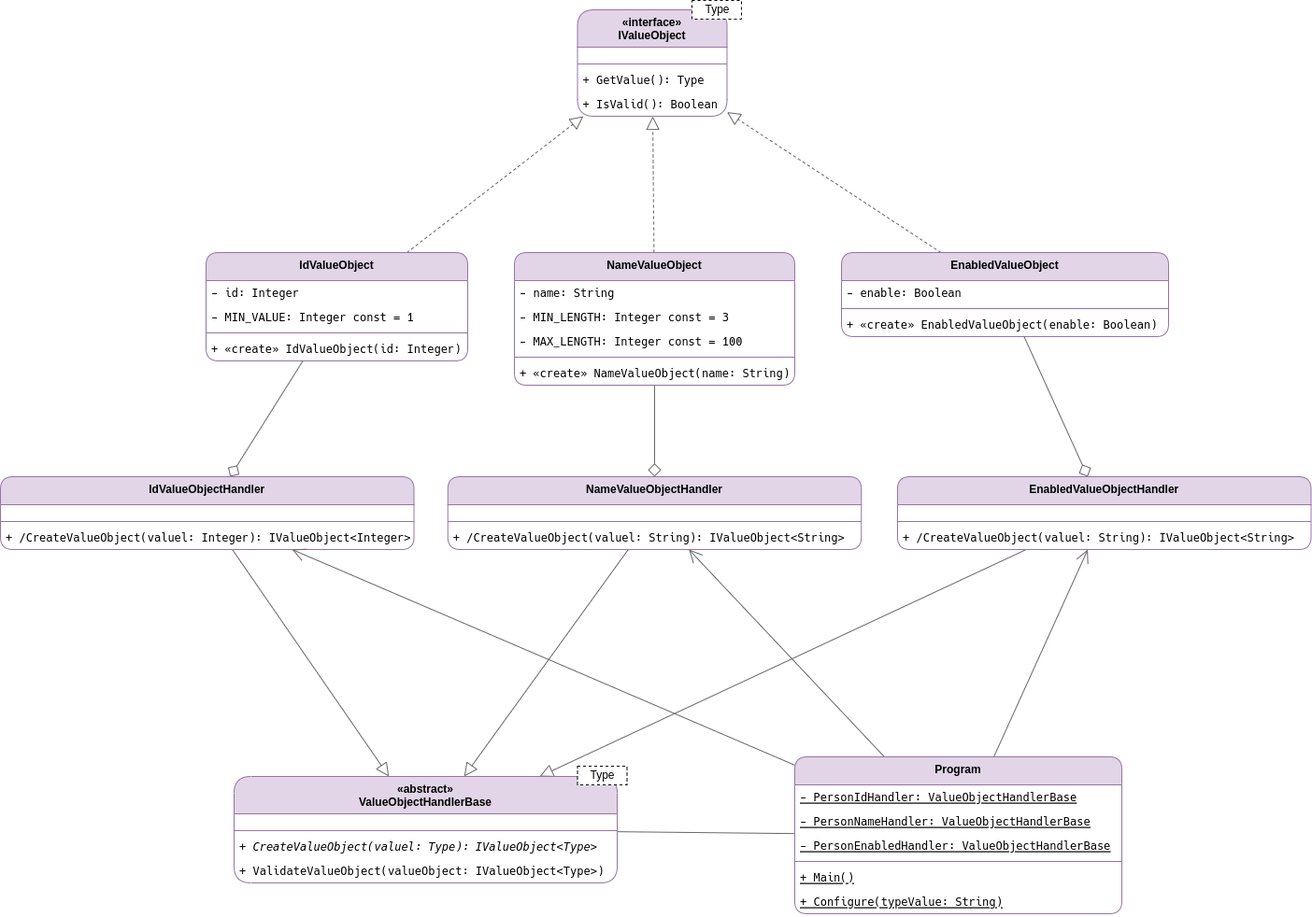
Above: img/ClassDiagram-Factory-Method.drawio.png in julianlasso-itm/creation-design-patterns (draw.io), before the change. Source tidied: cells renumbered, new cells last; positions are measured from the earlier drawing's top-left corner, leaving out a move shared by most shapes.
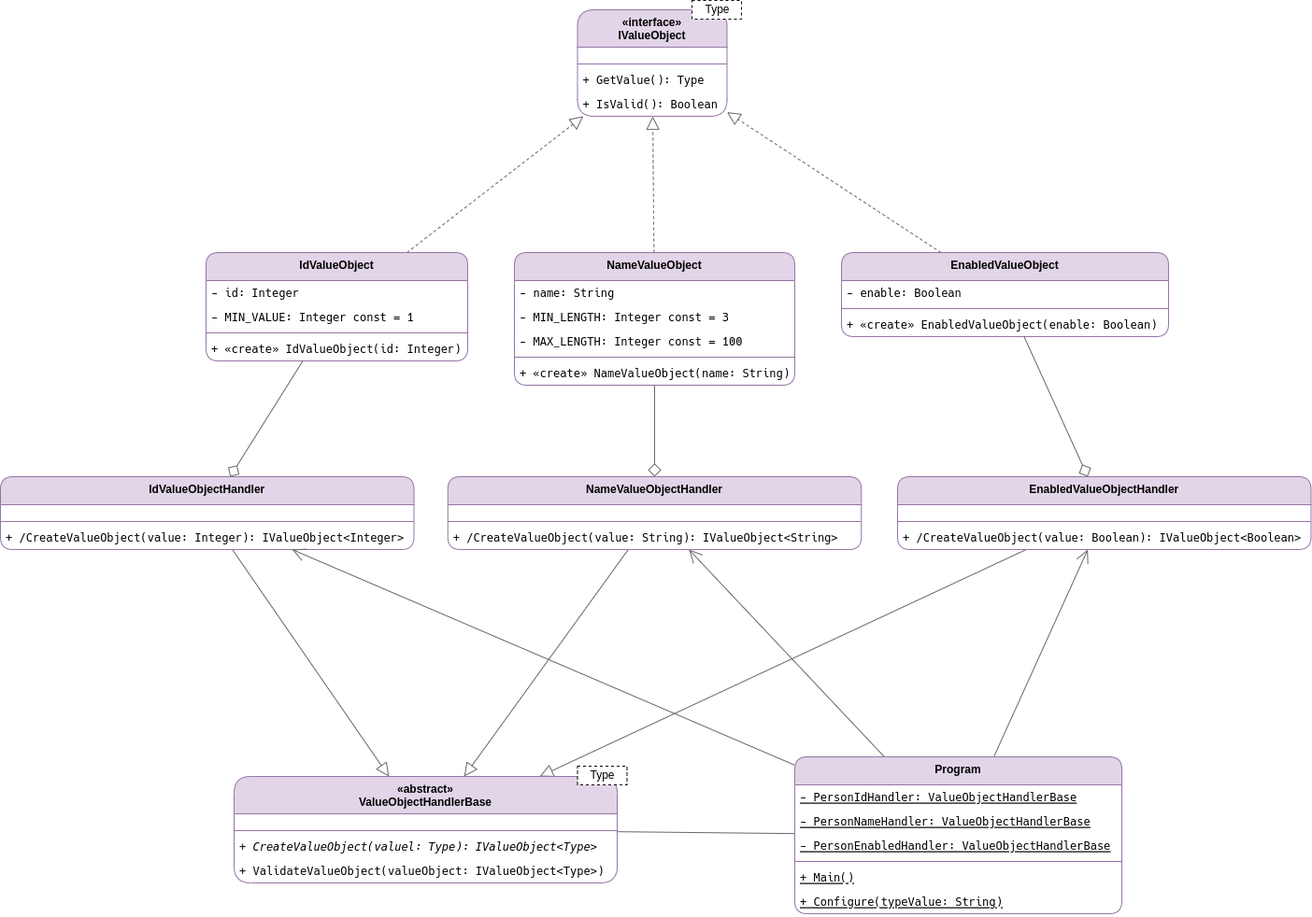
After the commit.

The edit, as a diff of the source:
```diff
@@ -86,7 +86,7 @@
     <mxCell id="29" style="line;strokeWidth=1;fillColor=none;align=left;verticalAlign=middle;spacingTop=-1;spacingLeft=3;spacingRight=3;labelPosition=right;strokeColor=inherit;" parent="27" vertex="1">
       <mxGeometry y="44" width="442.5" height="8" as="geometry" />
     </mxCell>
-    <mxCell id="30" value="+ /CreateValueObject(valuel: Integer): IValueObject&lt;Integer&gt;" style="text;strokeColor=none;fillColor=none;align=left;verticalAlign=top;spacingLeft=4;spacingRight=4;overflow=hidden;fontFamily=Hack Nerd Font Mono;fontStyle=0;" parent="27" vertex="1">
+    <mxCell id="30" value="+ /CreateValueObject(value: Integer): IValueObject&lt;Integer&gt;" style="text;strokeColor=none;fillColor=none;align=left;verticalAlign=top;spacingLeft=4;spacingRight=4;overflow=hidden;fontFamily=Hack Nerd Font Mono;fontStyle=0;" parent="27" vertex="1">
       <mxGeometry y="52" width="442.5" height="26" as="geometry" />
     </mxCell>
     <mxCell id="31" style="shape=connector;rounded=1;html=1;labelBackgroundColor=default;strokeColor=#666666;fontFamily=Helvetica;fontSize=12;fontColor=default;endArrow=block;endFill=0;startSize=12;endSize=12;fillColor=#f5f5f5;" parent="1" edge="1" source="33" target="55">
@@ -104,7 +104,7 @@
     <mxCell id="35" style="line;strokeWidth=1;fillColor=none;align=left;verticalAlign=middle;spacingTop=-1;spacingLeft=3;spacingRight=3;labelPosition=right;strokeColor=inherit;" parent="33" vertex="1">
       <mxGeometry y="44" width="442.5" height="8" as="geometry" />
     </mxCell>
-    <mxCell id="36" value="+ /CreateValueObject(valuel: String): IValueObject&lt;String&gt;" style="text;strokeColor=none;fillColor=none;align=left;verticalAlign=top;spacingLeft=4;spacingRight=4;overflow=hidden;fontFamily=Hack Nerd Font Mono;fontStyle=0;" parent="33" vertex="1">
+    <mxCell id="36" value="+ /CreateValueObject(value: String): IValueObject&lt;String&gt;" style="text;strokeColor=none;fillColor=none;align=left;verticalAlign=top;spacingLeft=4;spacingRight=4;overflow=hidden;fontFamily=Hack Nerd Font Mono;fontStyle=0;" parent="33" vertex="1">
       <mxGeometry y="52" width="442.5" height="26" as="geometry" />
     </mxCell>
     <mxCell id="37" style="shape=connector;rounded=1;html=1;labelBackgroundColor=default;strokeColor=#666666;fontFamily=Helvetica;fontSize=12;fontColor=default;endArrow=block;endFill=0;startSize=12;endSize=12;fillColor=#f5f5f5;" parent="1" edge="1" source="39" target="55">
@@ -122,7 +122,7 @@
     <mxCell id="41" style="line;strokeWidth=1;fillColor=none;align=left;verticalAlign=middle;spacingTop=-1;spacingLeft=3;spacingRight=3;labelPosition=right;strokeColor=inherit;" parent="39" vertex="1">
       <mxGeometry y="44" width="442.5" height="8" as="geometry" />
     </mxCell>
-    <mxCell id="42" value="+ /CreateValueObject(valuel: String): IValueObject&lt;String&gt;" style="text;strokeColor=none;fillColor=none;align=left;verticalAlign=top;spacingLeft=4;spacingRight=4;overflow=hidden;fontFamily=Hack Nerd Font Mono;fontStyle=0;" parent="39" vertex="1">
+    <mxCell id="42" value="+ /CreateValueObject(value: Boolean): IValueObject&lt;Boolean&gt;" style="text;strokeColor=none;fillColor=none;align=left;verticalAlign=top;spacingLeft=4;spacingRight=4;overflow=hidden;fontFamily=Hack Nerd Font Mono;fontStyle=0;" parent="39" vertex="1">
       <mxGeometry y="52" width="442.5" height="26" as="geometry" />
     </mxCell>
     <mxCell id="43" style="shape=connector;rounded=1;html=1;labelBackgroundColor=default;strokeColor=#666666;fontFamily=Helvetica;fontSize=12;fontColor=default;endArrow=open;endFill=0;startSize=12;endSize=12;fillColor=#f5f5f5;startArrow=none;startFill=0;" parent="1" edge="1" source="47" target="27">
```
